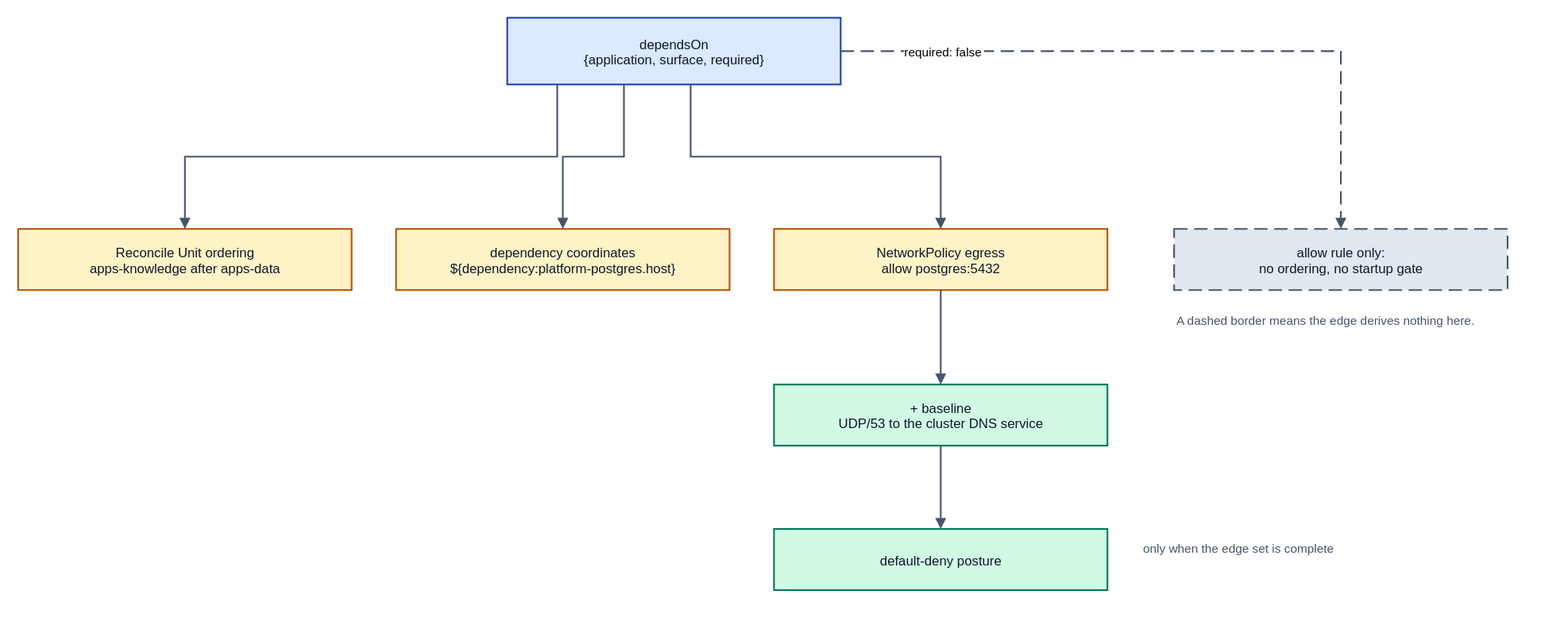
Above: spec/v1/diagrams/16-edge-derives.drawio.svg in JorisJonkers-dev/deploy-kit (draw.io), before the change. Source tidied: cells renumbered, new cells last; positions are measured from the earlier drawing's top-left corner, leaving out a move shared by most shapes.
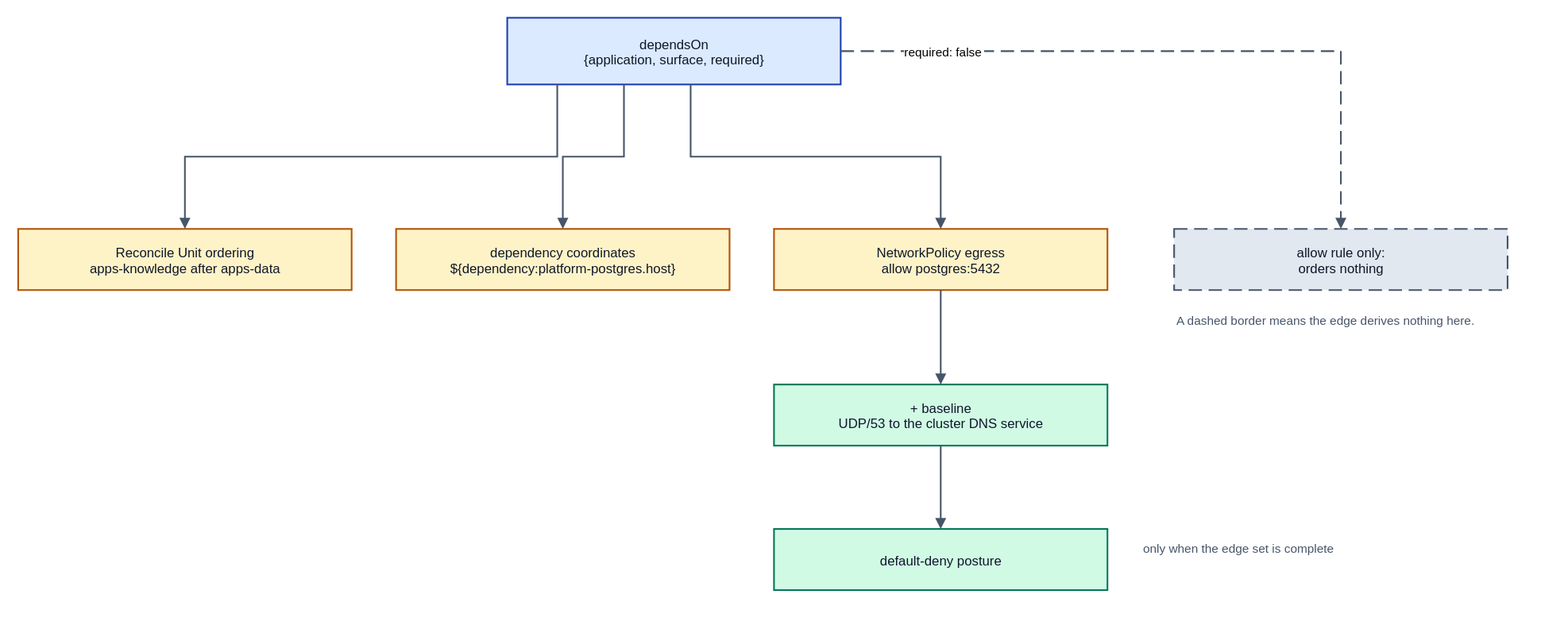
The same file after the commit.

The edit, as a diff of the source:
```diff
@@ -14,7 +14,7 @@
     <mxCell id="5" value="NetworkPolicy egress&#10;allow postgres:5432" style="rounded=0;whiteSpace=nowrap;html=0;align=center;verticalAlign=middle;fillColor=#fef3c7;strokeColor=#b45309;strokeWidth=1.5;fontFamily=Helvetica;fontSize=12;fontColor=#0f172a;" parent="1" vertex="1">
       <mxGeometry x="680" y="190" width="300" height="55" as="geometry" />
     </mxCell>
-    <mxCell id="6" value="allow rule only:&#10;no ordering, no startup gate" style="rounded=0;whiteSpace=nowrap;html=0;align=center;verticalAlign=middle;fillColor=#e2e8f0;strokeColor=#475569;strokeWidth=1.5;fontFamily=Helvetica;fontSize=12;fontColor=#0f172a;dashed=1;dashPattern=8 4;" parent="1" vertex="1">
+    <mxCell id="6" value="allow rule only:&#10;orders nothing" style="rounded=0;whiteSpace=nowrap;html=0;align=center;verticalAlign=middle;fillColor=#e2e8f0;strokeColor=#475569;strokeWidth=1.5;fontFamily=Helvetica;fontSize=12;fontColor=#0f172a;dashed=1;dashPattern=8 4;" parent="1" vertex="1">
       <mxGeometry x="1040" y="190" width="300" height="55" as="geometry" />
     </mxCell>
     <mxCell id="7" value="+ baseline&#10;UDP/53 to the cluster DNS service" style="rounded=0;whiteSpace=nowrap;html=0;align=center;verticalAlign=middle;fillColor=#d1fae5;strokeColor=#047857;strokeWidth=1.5;fontFamily=Helvetica;fontSize=12;fontColor=#0f172a;" parent="1" vertex="1">
```
